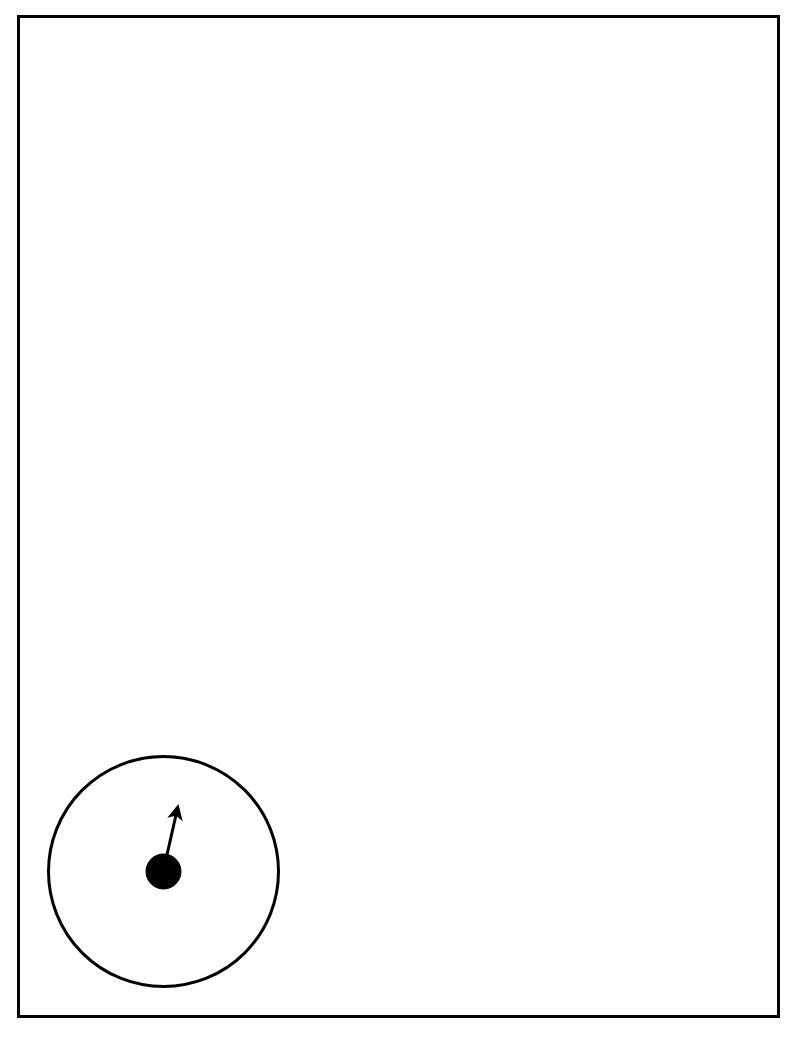
Above: Cluttered Dynamic Environment 1.drawio in jainikmehta/nmpc_drone (draw.io), before the change. Source tidied: cells renumbered, new cells numbered last; positions are measured from the earlier drawing's top-left corner, leaving out a move shared by most shapes. Both pictures are drawn from the tidied source at 100%, with x=0, y=0 at pixel (18, 16).
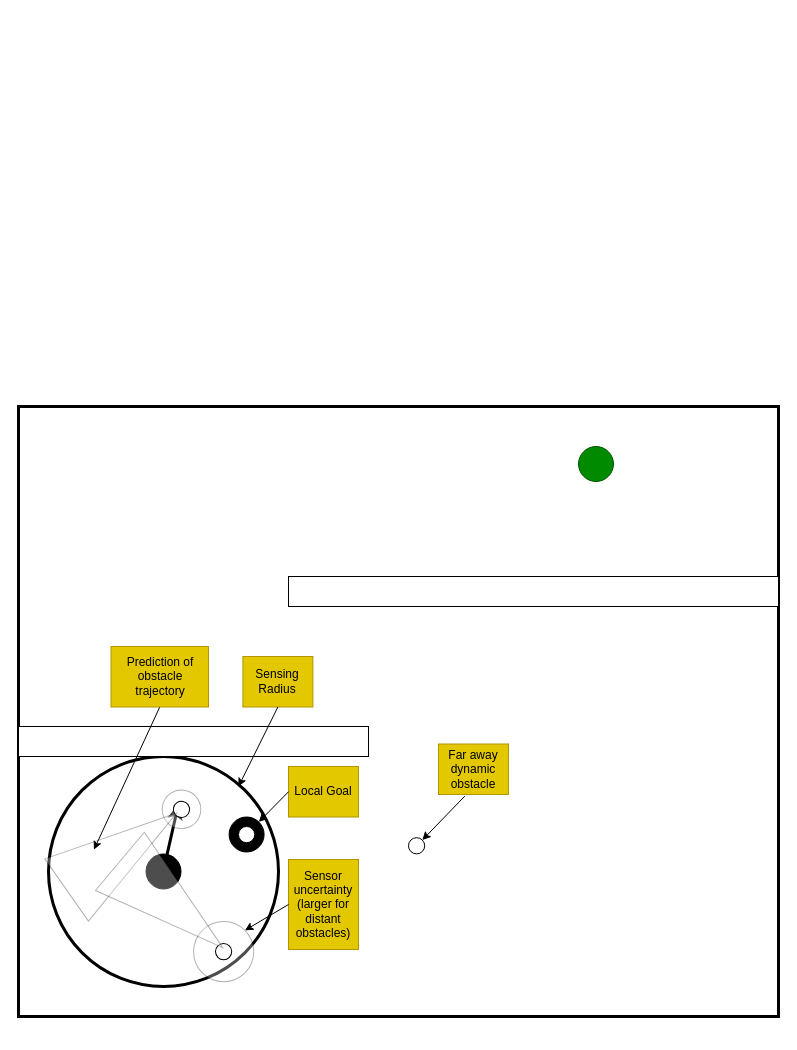
The same diagram, later.

The edit, as a diff of the source:
```diff
@@
     <mxCell id="2" style="rounded=0;whiteSpace=wrap;html=1;fillColor=light-dark(#FFFFFF,#FFFFFF);strokeColor=light-dark(#000000,#000000);strokeWidth=3;" parent="1" vertex="1">
-      <mxGeometry width="760" height="1000" as="geometry" />
+      <mxGeometry y="390" width="760" height="610" as="geometry" />
     </mxCell>
@@
+    <mxCell id="6" style="rounded=0;whiteSpace=wrap;html=1;" parent="1" vertex="1">
+      <mxGeometry y="710" width="350" height="30" as="geometry" />
+    </mxCell>
+    <mxCell id="7" style="rounded=0;whiteSpace=wrap;html=1;" parent="1" vertex="1">
+      <mxGeometry x="270" y="560" width="490" height="30" as="geometry" />
+    </mxCell>
+    <mxCell id="8" style="ellipse;whiteSpace=wrap;html=1;fillColor=#008a00;fontColor=#ffffff;strokeColor=#005700;" parent="1" vertex="1">
+      <mxGeometry x="560" y="430" width="35" height="35" as="geometry" />
+    </mxCell>
+    <mxCell id="9" style="group;rotation=45;" parent="1" vertex="1">
+      <mxGeometry x="150" y="880" width="110" height="110" as="geometry" />
+    </mxCell>
+    <mxCell id="10" style="ellipse;whiteSpace=wrap;html=1;opacity=30;rotation=45;" parent="9" vertex="1">
+      <mxGeometry x="25.1" y="25.1" width="60.1" height="60.1" as="geometry" />
+    </mxCell>
+    <mxCell id="11" style="ellipse;whiteSpace=wrap;html=1;rotation=45;" parent="9" vertex="1">
+      <mxGeometry x="47" y="47" width="16.2" height="16.2" as="geometry" />
+    </mxCell>
+    <mxCell id="12" style="group;rotation=-34;" parent="1" vertex="1">
+      <mxGeometry x="110" y="727.5" width="280" height="230" as="geometry" />
+    </mxCell>
+    <mxCell id="13" style="group;" parent="12" vertex="1">
+      <mxGeometry x="8.7" y="26.5" width="88.7" height="119" as="geometry" />
+    </mxCell>
+    <mxCell id="14" style="ellipse;whiteSpace=wrap;html=1;opacity=30;rotation=-34;" parent="13" vertex="1">
+      <mxGeometry x="25" y="19.6" width="38.6" height="38.6" as="geometry" />
+    </mxCell>
+    <mxCell id="15" style="ellipse;whiteSpace=wrap;html=1;rotation=-34;" parent="13" vertex="1">
+      <mxGeometry x="36.2" y="30.8" width="16.2" height="16.2" as="geometry" />
+    </mxCell>
+    <mxCell id="16" style="triangle;whiteSpace=wrap;html=1;rotation=-35;opacity=30;strokeColor=light-dark(#000000,#FF00FF);fillColor=light-dark(#FFFFFF,#FF33FF);" parent="13" vertex="1">
+      <mxGeometry x="-82.7" y="43" width="134.3" height="76" as="geometry" />
+    </mxCell>
+    <mxCell id="17" style="triangle;whiteSpace=wrap;html=1;rotation=40;opacity=30;strokeColor=light-dark(#000000,#FF00FF);fillColor=light-dark(#FFFFFF,#FF33FF);" parent="12" vertex="1">
+      <mxGeometry x="-24.3" y="122.5" width="134.3" height="76" as="geometry" />
+    </mxCell>
+    <mxCell id="18" value="Sensor uncertainty (larger for distant obstacles)" style="rounded=0;whiteSpace=wrap;html=1;fillColor=light-dark(#E3C800,#FFFF00);fontColor=light-dark(#000000,#000000);strokeColor=#B09500;" parent="12" vertex="1">
+      <mxGeometry x="160" y="115.5" width="70" height="90" as="geometry" />
+    </mxCell>
+    <mxCell id="19" value="Local Goal" style="rounded=0;whiteSpace=wrap;html=1;fillColor=light-dark(#E3C800,#FFFF00);fontColor=light-dark(#000000,#000000);strokeColor=#B09500;" parent="12" vertex="1">
+      <mxGeometry x="160" y="22.5" width="70" height="50.5" as="geometry" />
+    </mxCell>
+    <mxCell id="20" style="ellipse;whiteSpace=wrap;html=1;fillColor=light-dark(#000000,#00FFFF);" parent="12" vertex="1">
+      <mxGeometry x="100.6" y="73" width="35" height="35" as="geometry" />
+    </mxCell>
+    <mxCell id="21" style="ellipse;whiteSpace=wrap;html=1;" parent="12" vertex="1">
+      <mxGeometry x="110" y="82.5" width="16.2" height="16.2" as="geometry" />
+    </mxCell>
+    <mxCell id="22" style="endArrow=classic;html=1;rounded=0;strokeColor=light-dark(#000000,#000000);exitX=0;exitY=0.5;exitDx=0;exitDy=0;" parent="12" edge="1" source="19" target="20">
+      <mxGeometry relative="1" as="geometry" />
+    </mxCell>
+    <mxCell id="23" style="endArrow=classic;html=1;rounded=0;strokeColor=light-dark(#000000,#000000);exitX=0;exitY=0.5;exitDx=0;exitDy=0;entryX=0.5;entryY=0;entryDx=0;entryDy=0;" parent="1" edge="1" source="18" target="10">
+      <mxGeometry relative="1" as="geometry" />
+    </mxCell>
+    <mxCell id="24" style="ellipse;whiteSpace=wrap;html=1;" parent="1" vertex="1">
+      <mxGeometry x="390" y="821.2" width="16.2" height="16.2" as="geometry" />
+    </mxCell>
+    <mxCell id="25" style="endArrow=classic;html=1;rounded=0;strokeColor=light-dark(#000000,#000000);exitX=0.5;exitY=1;exitDx=0;exitDy=0;entryX=0.339;entryY=0.271;entryDx=0;entryDy=0;entryPerimeter=0;" parent="1" edge="1" source="26" target="16">
+      <mxGeometry relative="1" as="geometry" />
+    </mxCell>
+    <mxCell id="26" value="Prediction of obstacle trajectory" style="rounded=0;whiteSpace=wrap;html=1;fillColor=light-dark(#E3C800,#FFFF00);fontColor=light-dark(#000000,#000000);strokeColor=#B09500;" parent="1" vertex="1">
+      <mxGeometry x="92.5" y="630" width="97.5" height="60.5" as="geometry" />
+    </mxCell>
+    <mxCell id="27" value="Sensing Radius" style="rounded=0;whiteSpace=wrap;html=1;fillColor=light-dark(#E3C800,#FFFF00);fontColor=light-dark(#000000,#000000);strokeColor=#B09500;" parent="1" vertex="1">
+      <mxGeometry x="224.4" y="640" width="70" height="50.5" as="geometry" />
+    </mxCell>
+    <mxCell id="28" style="endArrow=classic;html=1;rounded=0;strokeColor=light-dark(#000000,#000000);exitX=0.5;exitY=1;exitDx=0;exitDy=0;" parent="1" edge="1" source="27">
+      <mxGeometry relative="1" as="geometry">
+        <mxPoint x="220" y="770" as="targetPoint" />
+      </mxGeometry>
+    </mxCell>
+    <mxCell id="29" value="Far away dynamic obstacle" style="rounded=0;whiteSpace=wrap;html=1;fillColor=light-dark(#E3C800,#FFFF00);fontColor=light-dark(#000000,#000000);strokeColor=#B09500;" parent="1" vertex="1">
+      <mxGeometry x="420" y="727.5" width="70" height="50.5" as="geometry" />
+    </mxCell>
+    <mxCell id="30" style="endArrow=classic;html=1;rounded=0;strokeColor=light-dark(#000000,#000000);exitX=0.376;exitY=1.031;exitDx=0;exitDy=0;entryX=1;entryY=0;entryDx=0;entryDy=0;exitPerimeter=0;" parent="1" edge="1" source="29" target="24">
+      <mxGeometry relative="1" as="geometry" />
+    </mxCell>
+    <mxCell id="31" parent="0" />
```
